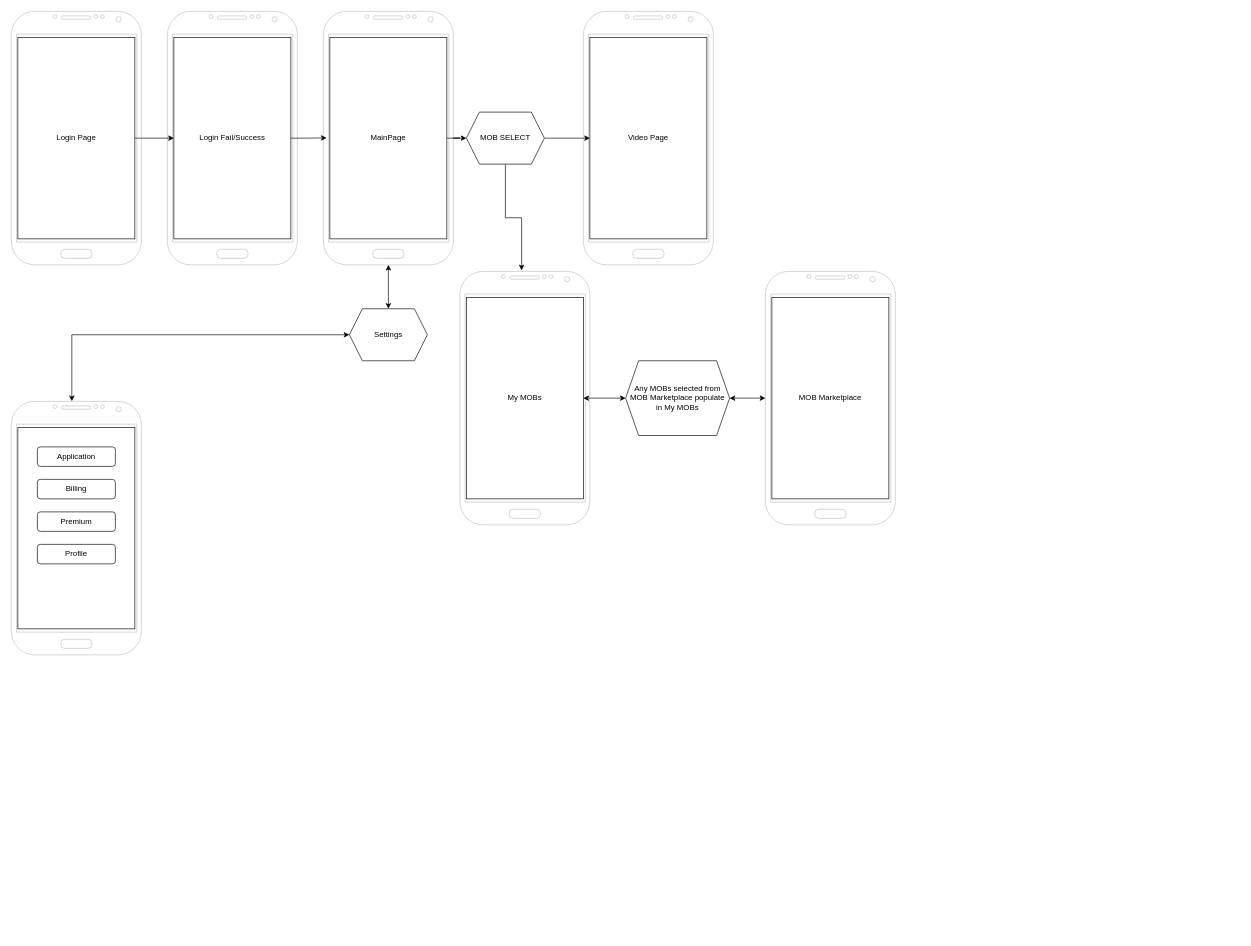
The draw.io diagram page "Basic Page Navigation" (1 of 2) of docs/MOBwireframe.drawio in Raotrux/MOB, before the edit. Source tidied: cells renumbered, new cells numbered last; positions are measured from the earlier drawing's top-left corner, leaving out a move shared by most shapes. Both pictures are drawn from the tidied source at 65%, with x=0, y=0 at pixel (-25, 11).
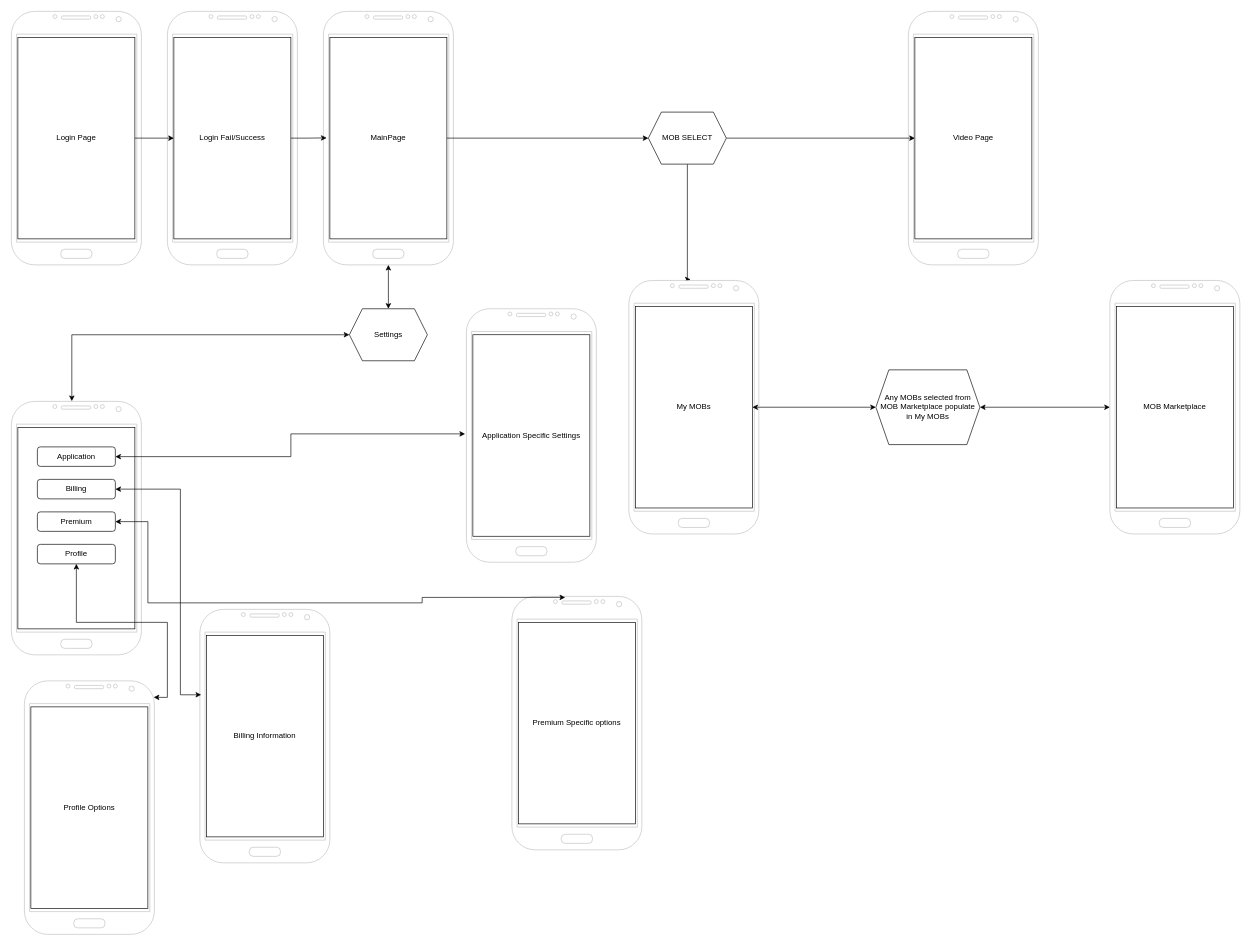
The same page after the edit.

Unchanged cells that the change refers to:
```xml
<mxCell id="21" style="verticalLabelPosition=bottom;verticalAlign=top;html=1;shadow=0;dashed=0;strokeWidth=1;shape=mxgraph.android.phone2;strokeColor=#c0c0c0;" parent="20" vertex="1">
  <mxGeometry x="10" width="200" height="390" as="geometry" />
</mxCell>
<mxCell id="35" value="Application" style="rounded=1;whiteSpace=wrap;html=1;" parent="32" vertex="1">
  <mxGeometry x="40" y="70" width="120" height="30" as="geometry" />
</mxCell>
<mxCell id="36" value="Billing" style="rounded=1;whiteSpace=wrap;html=1;" parent="32" vertex="1">
  <mxGeometry x="40" y="120" width="120" height="30" as="geometry" />
</mxCell>
<mxCell id="37" value="Premium" style="rounded=1;whiteSpace=wrap;html=1;" parent="32" vertex="1">
  <mxGeometry x="40" y="170" width="120" height="30" as="geometry" />
</mxCell>
<mxCell id="38" value="Profile" style="rounded=1;whiteSpace=wrap;html=1;" parent="32" vertex="1">
  <mxGeometry x="40" y="220" width="120" height="30" as="geometry" />
</mxCell>
```

Diff of the diagram source:
```diff
@@
     <mxCell id="11" style="group;" parent="1" vertex="1">
-      <mxGeometry x="935" width="200" height="390" as="geometry" />
+      <mxGeometry x="1435" width="200" height="390" as="geometry" />
     </mxCell>
@@
     <mxCell id="17" style="edgeStyle=orthogonalEdgeStyle;rounded=0;jettySize=auto;html=1;entryX=0.475;entryY=-0.004;entryDx=0;entryDy=0;entryPerimeter=0;" parent="1" edge="1" source="18" target="21">
-      <mxGeometry relative="1" as="geometry" />
+      <mxGeometry relative="1" as="geometry">
+        <Array as="points">
+          <mxPoint x="1095" y="412" />
+        </Array>
+      </mxGeometry>
     </mxCell>
     <mxCell id="18" value="MOB SELECT" style="shape=hexagon;perimeter=hexagonPerimeter2;whiteSpace=wrap;html=1;fixedSize=1;" parent="1" vertex="1">
-      <mxGeometry x="755" y="155" width="120" height="80" as="geometry" />
+      <mxGeometry x="1035" y="155" width="120" height="80" as="geometry" />
     </mxCell>
@@
     <mxCell id="20" style="group;" parent="1" vertex="1">
-      <mxGeometry x="735" y="400" width="200" height="390" as="geometry" />
+      <mxGeometry x="995" y="414" width="200" height="390" as="geometry" />
     </mxCell>
@@
     <mxCell id="23" style="group;" parent="1" vertex="1">
-      <mxGeometry x="1205" y="400" width="200" height="390" as="geometry" />
+      <mxGeometry x="1735" y="414" width="200" height="390" as="geometry" />
     </mxCell>
@@
     <mxCell id="28" value="Any MOBs selected from MOB Marketplace populate in My MOBs" style="shape=hexagon;perimeter=hexagonPerimeter2;whiteSpace=wrap;html=1;fixedSize=1;" parent="1" vertex="1">
-      <mxGeometry x="1000" y="537.5" width="160" height="115" as="geometry" />
+      <mxGeometry x="1385" y="551.5" width="160" height="115" as="geometry" />
     </mxCell>
@@
+    <mxCell id="39" style="edgeStyle=orthogonalEdgeStyle;rounded=0;jettySize=auto;html=1;startArrow=classic;startFill=1;" parent="1" edge="1" source="35">
+      <mxGeometry relative="1" as="geometry">
+        <mxPoint x="753" y="650" as="targetPoint" />
+        <Array as="points">
+          <mxPoint x="485" y="685" />
+          <mxPoint x="485" y="650" />
+        </Array>
+      </mxGeometry>
+    </mxCell>
+    <mxCell id="40" style="group;" parent="1" vertex="1">
+      <mxGeometry x="755" y="457.5" width="200" height="390" as="geometry" />
+    </mxCell>
+    <mxCell id="41" style="verticalLabelPosition=bottom;verticalAlign=top;html=1;shadow=0;dashed=0;strokeWidth=1;shape=mxgraph.android.phone2;strokeColor=#c0c0c0;" parent="40" vertex="1">
+      <mxGeometry width="200" height="390" as="geometry" />
+    </mxCell>
+    <mxCell id="42" value="Application Specific Settings" style="rounded=0;whiteSpace=wrap;html=1;rotation=90;align=center;horizontal=0;" parent="40" vertex="1">
+      <mxGeometry x="-55" y="105" width="310" height="180" as="geometry" />
+    </mxCell>
+    <mxCell id="43" style="group;" parent="1" vertex="1">
+      <mxGeometry x="345" y="920" width="200" height="390" as="geometry" />
+    </mxCell>
+    <mxCell id="44" style="verticalLabelPosition=bottom;verticalAlign=top;html=1;shadow=0;dashed=0;strokeWidth=1;shape=mxgraph.android.phone2;strokeColor=#c0c0c0;" parent="43" vertex="1">
+      <mxGeometry width="200" height="390" as="geometry" />
+    </mxCell>
+    <mxCell id="45" value="Billing Information" style="rounded=0;whiteSpace=wrap;html=1;rotation=90;align=center;horizontal=0;" parent="43" vertex="1">
+      <mxGeometry x="-55" y="105" width="310" height="180" as="geometry" />
+    </mxCell>
+    <mxCell id="46" style="edgeStyle=orthogonalEdgeStyle;rounded=0;jettySize=auto;html=1;entryX=0.01;entryY=0.337;entryDx=0;entryDy=0;entryPerimeter=0;startArrow=classic;startFill=1;" parent="1" edge="1" source="36" target="44">
+      <mxGeometry relative="1" as="geometry">
+        <Array as="points">
+          <mxPoint x="315" y="735" />
+          <mxPoint x="315" y="1051" />
+        </Array>
+      </mxGeometry>
+    </mxCell>
+    <mxCell id="47" style="group;" parent="1" vertex="1">
+      <mxGeometry x="825" y="900" width="200" height="390" as="geometry" />
+    </mxCell>
+    <mxCell id="48" style="verticalLabelPosition=bottom;verticalAlign=top;html=1;shadow=0;dashed=0;strokeWidth=1;shape=mxgraph.android.phone2;strokeColor=#c0c0c0;" parent="47" vertex="1">
+      <mxGeometry width="200" height="390" as="geometry" />
+    </mxCell>
+    <mxCell id="49" value="Premium Specific options" style="rounded=0;whiteSpace=wrap;html=1;rotation=90;align=center;horizontal=0;" parent="47" vertex="1">
+      <mxGeometry x="-55" y="105" width="310" height="180" as="geometry" />
+    </mxCell>
+    <mxCell id="50" style="edgeStyle=orthogonalEdgeStyle;rounded=0;jettySize=auto;html=1;exitX=1;exitY=0.5;exitDx=0;exitDy=0;startArrow=classic;startFill=1;entryX=0.41;entryY=0.004;entryDx=0;entryDy=0;entryPerimeter=0;" parent="1" edge="1" source="37" target="48">
+      <mxGeometry relative="1" as="geometry">
+        <Array as="points">
+          <mxPoint x="265" y="785" />
+          <mxPoint x="265" y="910" />
+          <mxPoint x="687" y="910" />
+        </Array>
+      </mxGeometry>
+    </mxCell>
+    <mxCell id="51" style="group;" parent="1" vertex="1">
+      <mxGeometry x="75" y="1030" width="200" height="390" as="geometry" />
+    </mxCell>
+    <mxCell id="52" style="verticalLabelPosition=bottom;verticalAlign=top;html=1;shadow=0;dashed=0;strokeWidth=1;shape=mxgraph.android.phone2;strokeColor=#c0c0c0;" parent="51" vertex="1">
+      <mxGeometry width="200" height="390" as="geometry" />
+    </mxCell>
+    <mxCell id="53" value="Profile Options" style="rounded=0;whiteSpace=wrap;html=1;rotation=90;align=center;horizontal=0;" parent="51" vertex="1">
+      <mxGeometry x="-55" y="105" width="310" height="180" as="geometry" />
+    </mxCell>
+    <mxCell id="54" style="edgeStyle=orthogonalEdgeStyle;rounded=0;jettySize=auto;html=1;startArrow=classic;startFill=1;entryX=0.995;entryY=0.065;entryDx=0;entryDy=0;entryPerimeter=0;" parent="1" edge="1" source="38" target="52">
+      <mxGeometry relative="1" as="geometry" />
+    </mxCell>
```
